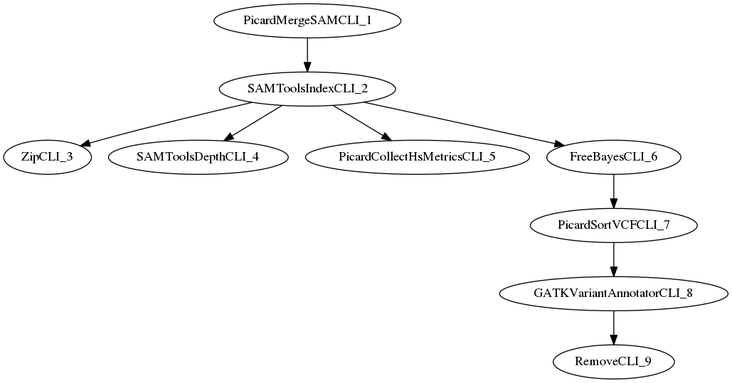
This is src/site/resources/images/workflow.dag.png from jdr0887/MaPSeq-Pipeline-GS-MergeVC, a Graphviz export, as it was before one commit. Its source is kept beside it as src/site/resources/images/workflow.dag.dot.
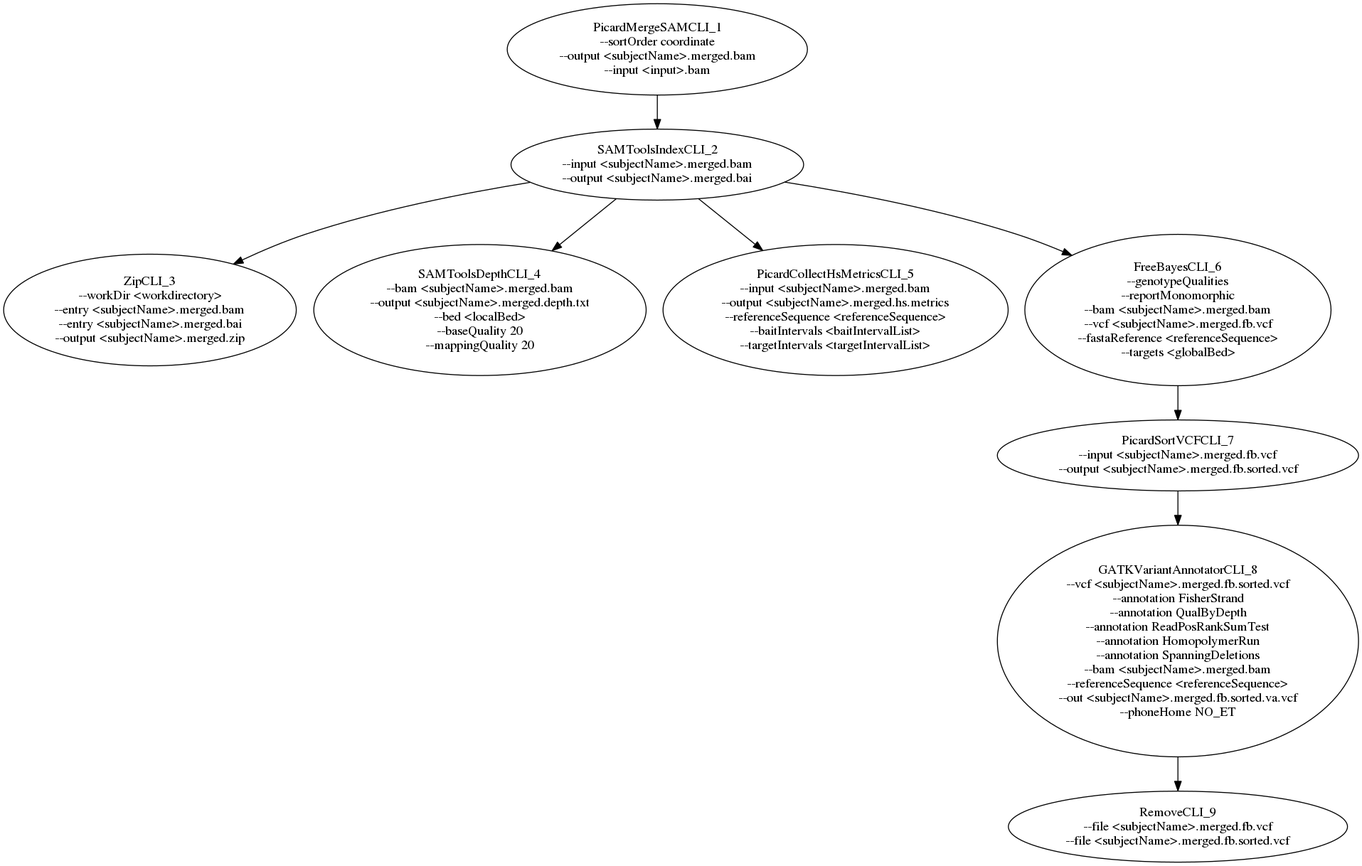
After the commit.

Change to the diagram source:
```diff
@@ -1,13 +1,61 @@
 digraph G {
-  PicardMergeSAMCLI_1 [ label="PicardMergeSAMCLI_1" ];
-  SAMToolsIndexCLI_2 [ label="SAMToolsIndexCLI_2" ];
-  ZipCLI_3 [ label="ZipCLI_3" ];
-  SAMToolsDepthCLI_4 [ label="SAMToolsDepthCLI_4" ];
-  PicardCollectHsMetricsCLI_5 [ label="PicardCollectHsMetricsCLI_5" ];
-  FreeBayesCLI_6 [ label="FreeBayesCLI_6" ];
-  PicardSortVCFCLI_7 [ label="PicardSortVCFCLI_7" ];
-  GATKVariantAnnotatorCLI_8 [ label="GATKVariantAnnotatorCLI_8" ];
-  RemoveCLI_9 [ label="RemoveCLI_9" ];
+  PicardMergeSAMCLI_1 [ label="PicardMergeSAMCLI_1
+--sortOrder coordinate
+--output <subjectName>.merged.bam
+--input <input>.bam
+" ];
+  SAMToolsIndexCLI_2 [ label="SAMToolsIndexCLI_2
+--input <subjectName>.merged.bam
+--output <subjectName>.merged.bai
+" ];
+  ZipCLI_3 [ label="ZipCLI_3
+--workDir <workdirectory>
+--entry <subjectName>.merged.bam
+--entry <subjectName>.merged.bai
+--output <subjectName>.merged.zip
+" ];
+  SAMToolsDepthCLI_4 [ label="SAMToolsDepthCLI_4
+--bam <subjectName>.merged.bam
+--output <subjectName>.merged.depth.txt
+--bed <localBed>
+--baseQuality 20
+--mappingQuality 20
+" ];
+  PicardCollectHsMetricsCLI_5 [ label="PicardCollectHsMetricsCLI_5
+--input <subjectName>.merged.bam
+--output <subjectName>.merged.hs.metrics
+--referenceSequence <referenceSequence>
+--baitIntervals <baitIntervalList>
+--targetIntervals <targetIntervalList>
+" ];
+  FreeBayesCLI_6 [ label="FreeBayesCLI_6
+--genotypeQualities
+--reportMonomorphic
+--bam <subjectName>.merged.bam
+--vcf <subjectName>.merged.fb.vcf
+--fastaReference <referenceSequence>
+--targets <globalBed>
+" ];
+  PicardSortVCFCLI_7 [ label="PicardSortVCFCLI_7
+--input <subjectName>.merged.fb.vcf
+--output <subjectName>.merged.fb.sorted.vcf
+" ];
+  GATKVariantAnnotatorCLI_8 [ label="GATKVariantAnnotatorCLI_8
+--vcf <subjectName>.merged.fb.sorted.vcf
+--annotation FisherStrand
+--annotation QualByDepth
+--annotation ReadPosRankSumTest
+--annotation HomopolymerRun
+--annotation SpanningDeletions
+--bam <subjectName>.merged.bam
+--referenceSequence <referenceSequence>
+--out <subjectName>.merged.fb.sorted.va.vcf
+--phoneHome NO_ET
+" ];
+  RemoveCLI_9 [ label="RemoveCLI_9
+--file <subjectName>.merged.fb.vcf
+--file <subjectName>.merged.fb.sorted.vcf
+" ];
   PicardMergeSAMCLI_1 -> SAMToolsIndexCLI_2;
   SAMToolsIndexCLI_2 -> ZipCLI_3;
   SAMToolsIndexCLI_2 -> SAMToolsDepthCLI_4;
```
